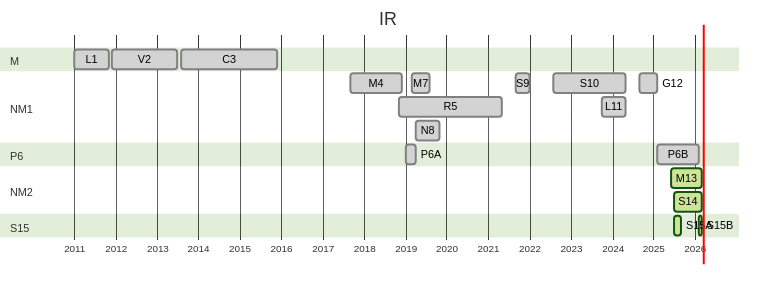
The Mermaid diagram content/notes/ir/irg.png in nikthink/nikthink.net, before a commit. Its source is kept beside it as content/notes/ir/irg.mmd.
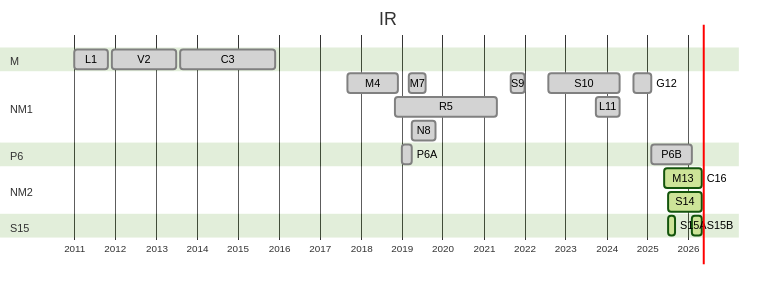
Above is the later version.

Change to the diagram source:
```diff
@@ -27,8 +27,9 @@
         P6A   : done,   2019-01, 2019-04
         P6B   : done,   2025-02, 2026-02
     section NM2
-        M13   : active, 2025-06, 2026-03
-        S14   : active, 2025-07, 2026-03
+        M13   : active, 2025-06, 2026-05
+        S14   : active, 2025-07, 2026-05
+        C16   : active, 2026-05, 2026-05
     section S15
         S15A  : active, 2025-07, 2025-09
-        S15B  : active, 2026-02, 2026-03
+        S15B  : active, 2026-02, 2026-05
```
